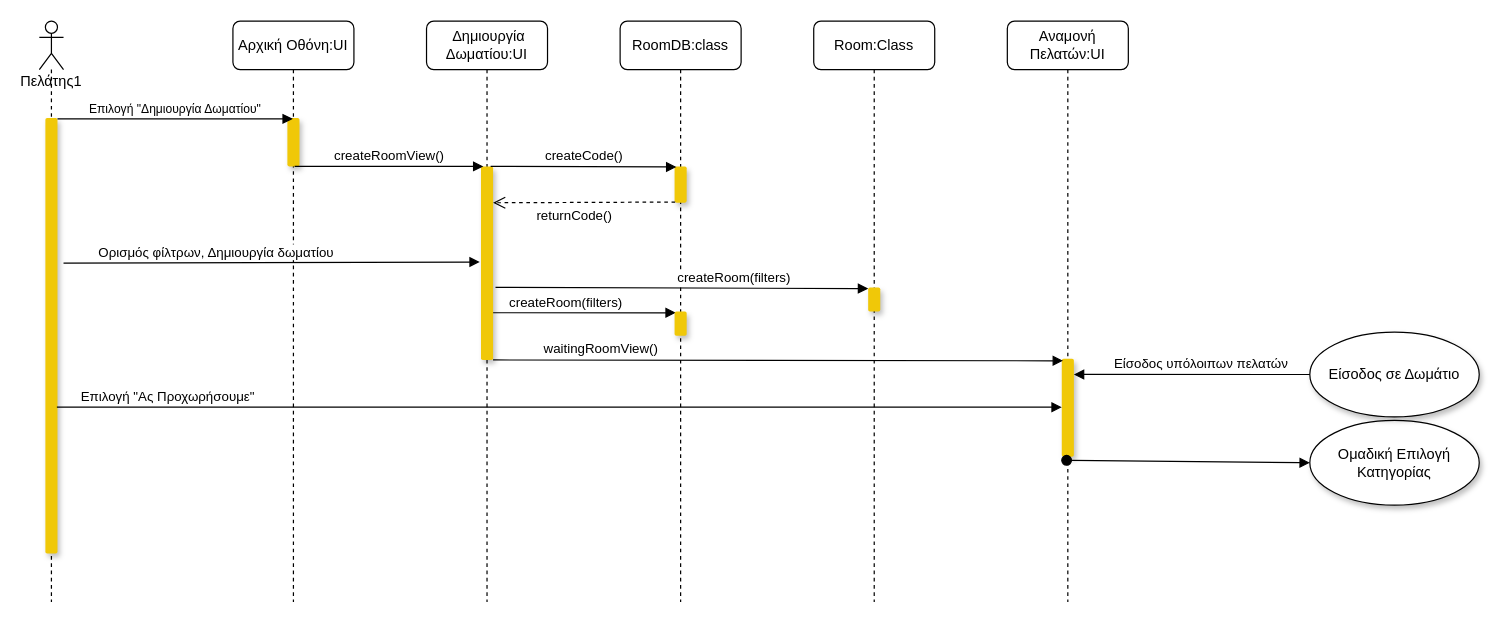
Before: docs/contributions/JoannaAgo/Phase_5/Create Room/Create_room_ sequence.drawio in iloudaros/nomnomr, a draw.io diagram. Source tidied: cells renumbered, new cells numbered last; positions are measured from the earlier drawing's top-left corner, leaving out a move shared by most shapes. Both pictures are drawn from the tidied source at 121%, with x=0, y=0 at pixel (39, 21).
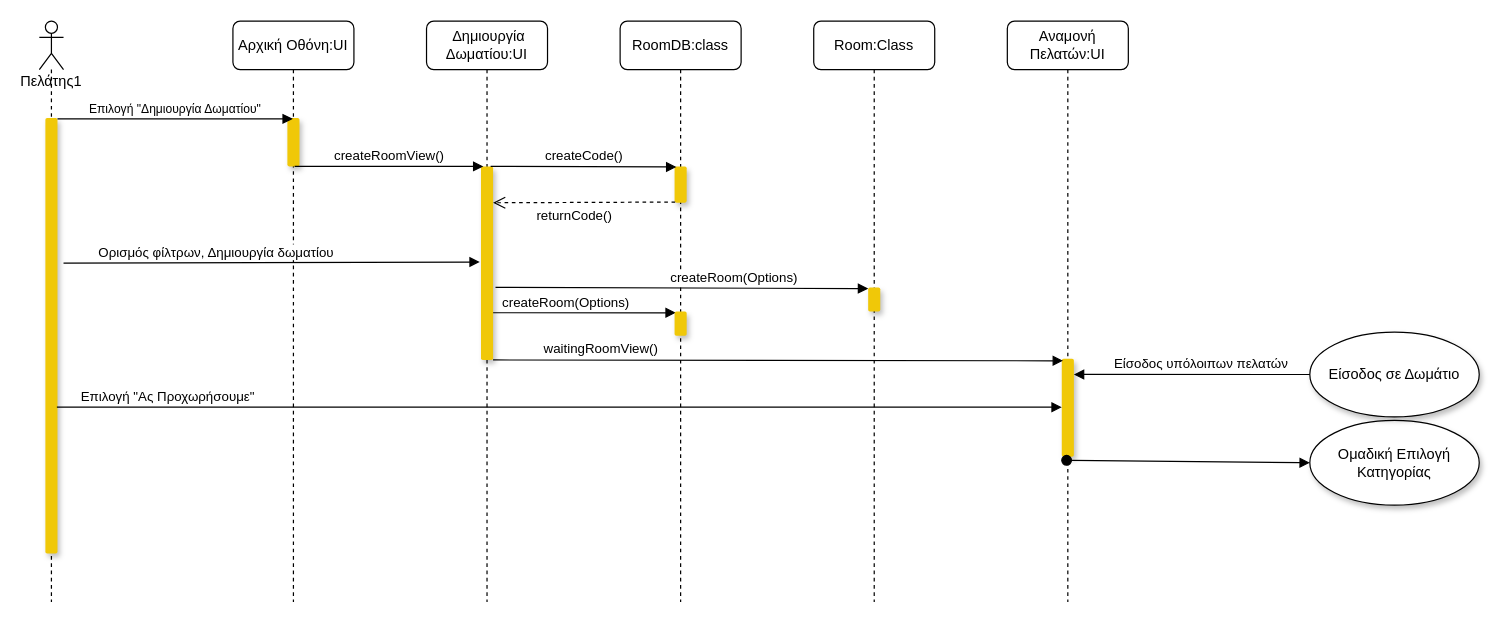
After the change.

Commit message:
διόρθωση σε ονομασίες μεθόδων

Unchanged cells that the change refers to:
```xml
<mxCell id="8" style="html=1;points=[];perimeter=orthogonalPerimeter;strokeColor=none;fillColor=#F0C808;shadow=1;rounded=1;" parent="7" vertex="1">
  <mxGeometry x="45" y="120" width="10" height="160" as="geometry" />
</mxCell>
<mxCell id="10" style="html=1;points=[];perimeter=orthogonalPerimeter;strokeColor=none;fillColor=#F0C808;shadow=1;rounded=1;" parent="9" vertex="1">
  <mxGeometry x="45" y="220" width="10" height="20" as="geometry" />
</mxCell>
<mxCell id="12" style="html=1;points=[];perimeter=orthogonalPerimeter;strokeColor=none;fillColor=#F0C808;shadow=1;rounded=1;" parent="11" vertex="1">
  <mxGeometry x="45" y="240" width="10" height="20" as="geometry" />
</mxCell>
```

What changed in the source:
```diff
@@
-    <mxCell id="2" value="createRoom(filters)" style="html=1;verticalAlign=bottom;endArrow=block;rounded=0;entryX=0.1;entryY=0.05;entryDx=0;entryDy=0;entryPerimeter=0;exitX=1;exitY=0.756;exitDx=0;exitDy=0;exitPerimeter=0;" parent="1" edge="1" source="8" target="12">
+    <mxCell id="2" value="createRoom(Options)" style="html=1;verticalAlign=bottom;endArrow=block;rounded=0;entryX=0.1;entryY=0.05;entryDx=0;entryDy=0;entryPerimeter=0;exitX=1;exitY=0.756;exitDx=0;exitDy=0;exitPerimeter=0;" parent="1" edge="1" source="8" target="12">
       <mxGeometry x="-0.2" y="-1" relative="1" as="geometry" />
     </mxCell>
@@
-    <mxCell id="19" value="createRoom(filters)" style="html=1;verticalAlign=bottom;endArrow=block;rounded=0;exitX=1.2;exitY=0.625;exitDx=0;exitDy=0;exitPerimeter=0;entryX=0;entryY=0.05;entryDx=0;entryDy=0;entryPerimeter=0;" parent="1" edge="1" source="8" target="10">
+    <mxCell id="19" value="createRoom(Options)" style="html=1;verticalAlign=bottom;endArrow=block;rounded=0;exitX=1.2;exitY=0.625;exitDx=0;exitDy=0;exitPerimeter=0;entryX=0;entryY=0.05;entryDx=0;entryDy=0;entryPerimeter=0;" parent="1" edge="1" source="8" target="10">
       <mxGeometry x="0.28" relative="1" as="geometry" />
     </mxCell>
```
